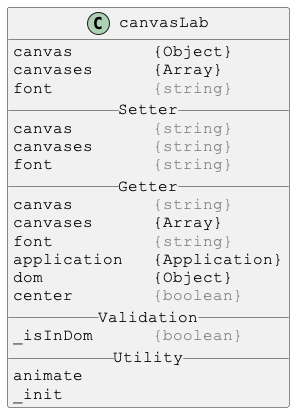
Earlier version of the PlantUML export docs/PlantUml/image/canvasLab.png (Justin-Byrne/canvasLab).
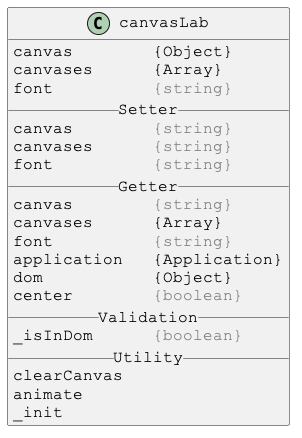
The same file after the commit.

Change to the diagram source:
```diff
@@ -21,6 +21,7 @@
 __ Validation __
 _isInDom      <color:gray>{boolean}</color>
 __ Utility __
+clearCanvas
 animate
 _init
 }
```
